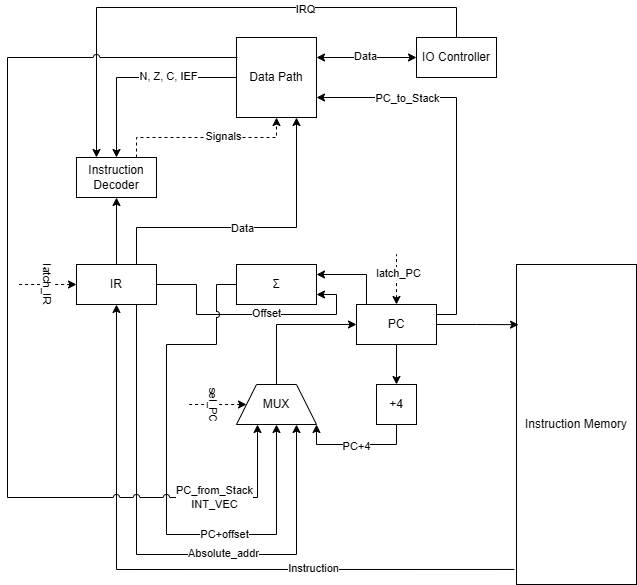
Psychosocial6/csa_lab_4 keeps this draw.io diagram as shemes/ControlUnit.png. Above is the earlier version. Source tidied: cells renumbered, new cells last; positions are measured from the earlier drawing's top-left corner, leaving out a move shared by most shapes.
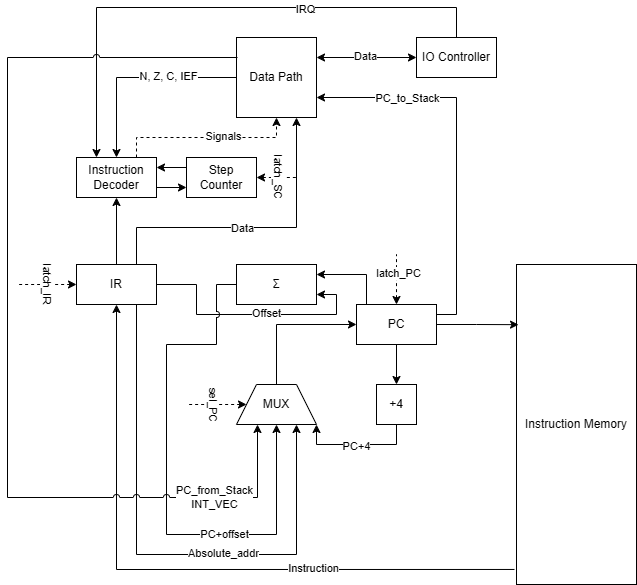
After the change.

Change to the diagram source:
```diff
@@ -134,6 +134,9 @@
     <mxCell id="30" value="Instruction" style="edgeLabel;html=1;align=center;verticalAlign=middle;" parent="29" vertex="1">
       <mxGeometry x="0.39" y="1" relative="1" as="geometry" />
     </mxCell>
+    <mxCell id="47" style="edgeStyle=orthogonalEdgeStyle;rounded=0;jettySize=auto;html=1;exitX=1;exitY=0.75;exitDx=0;exitDy=0;entryX=0;entryY=0.75;entryDx=0;entryDy=0;" parent="1" edge="1" source="31" target="51">
+      <mxGeometry relative="1" as="geometry" />
+    </mxCell>
     <mxCell id="31" value="Instruction Decoder" style="rounded=0;whiteSpace=wrap;html=1;" parent="1" vertex="1">
       <mxGeometry x="69" y="150" width="80" height="40" as="geometry" />
     </mxCell>
@@ -218,5 +221,19 @@
         <mxPoint x="207" y="368" as="offset" />
       </mxGeometry>
     </mxCell>
+    <mxCell id="48" style="edgeStyle=orthogonalEdgeStyle;rounded=0;jettySize=auto;html=1;dashed=1;endArrow=none;endFill=0;startArrow=classic;startFill=1;" parent="1" edge="1" source="51">
+      <mxGeometry relative="1" as="geometry">
+        <mxPoint x="289" y="170" as="targetPoint" />
+      </mxGeometry>
+    </mxCell>
+    <mxCell id="49" value="latch_SC" style="edgeLabel;html=1;align=center;verticalAlign=middle;rotation=90;" parent="48" vertex="1">
+      <mxGeometry x="0.15" y="1" relative="1" as="geometry" />
+    </mxCell>
+    <mxCell id="50" style="edgeStyle=orthogonalEdgeStyle;rounded=0;jettySize=auto;html=1;exitX=0;exitY=0.25;exitDx=0;exitDy=0;entryX=1;entryY=0.25;entryDx=0;entryDy=0;" parent="1" edge="1" source="51" target="31">
+      <mxGeometry relative="1" as="geometry" />
+    </mxCell>
+    <mxCell id="51" value="Step Counter" style="rounded=0;whiteSpace=wrap;html=1;" parent="1" vertex="1">
+      <mxGeometry x="179" y="150" width="70" height="40" as="geometry" />
+    </mxCell>
   </root>
 </mxGraphModel>
```
